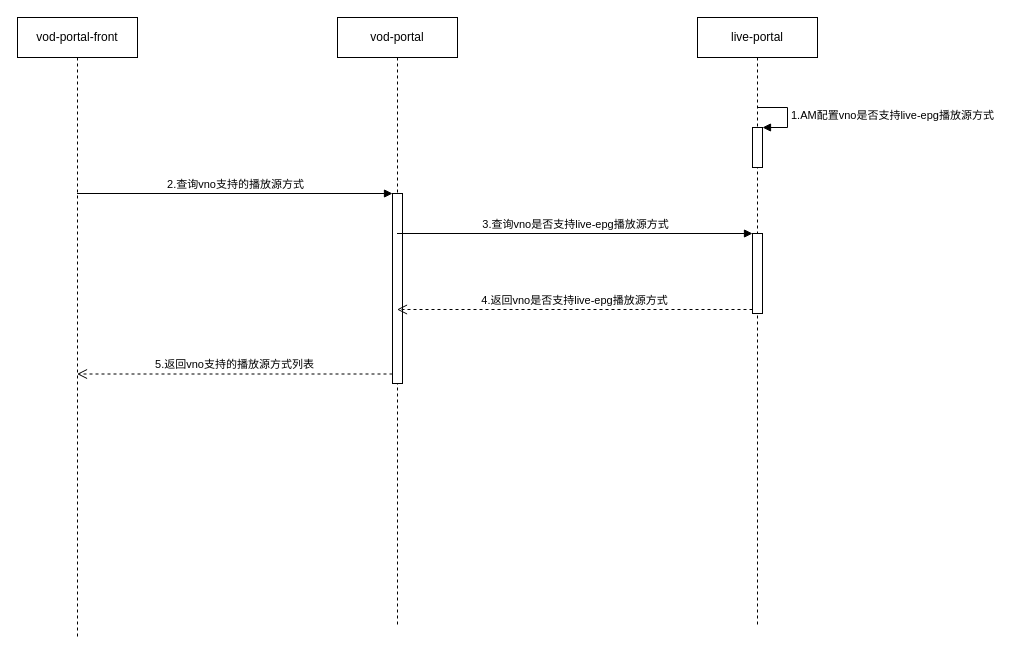
Earlier version of the draw.io diagram page "1.播放源方式配置及查询" (1 of 3) of liveEPG转VOD.drawio (beixiaohai/goose). Source tidied: cells renumbered, new cells numbered last; positions are measured from the earlier drawing's top-left corner, leaving out a move shared by most shapes. Both pictures are drawn from the tidied source at 100%, with x=0, y=0 at pixel (17, 17).
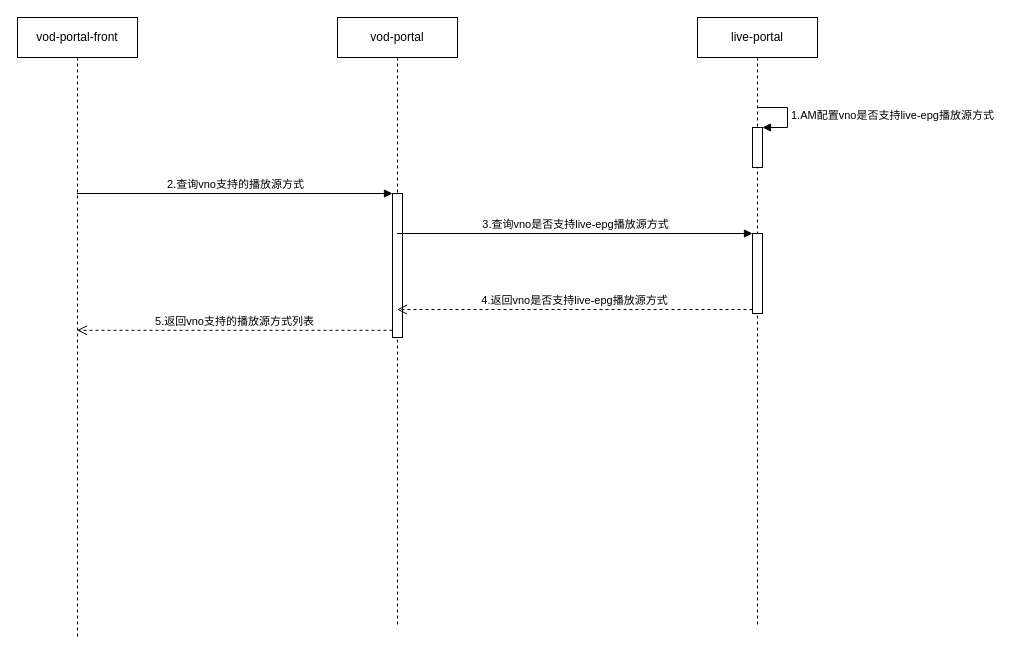
Above is the later version.

Diff of the diagram source:
```diff
@@
 <mxGraphModel>
   <root>
     <mxCell id="0" />
     <mxCell id="1" parent="0" />
     <mxCell id="2" value="vod-portal-front" style="shape=umlLifeline;perimeter=lifelinePerimeter;whiteSpace=wrap;html=1;outlineConnect=0;" parent="1" vertex="1">
       <mxGeometry width="120" height="620" as="geometry" />
     </mxCell>
     <mxCell id="3" value="vod-portal" style="shape=umlLifeline;perimeter=lifelinePerimeter;whiteSpace=wrap;html=1;" parent="1" vertex="1">
       <mxGeometry x="320" width="120" height="610" as="geometry" />
     </mxCell>
     <mxCell id="4" style="html=1;points=[];perimeter=orthogonalPerimeter;" parent="3" vertex="1">
-      <mxGeometry x="55" y="176" width="10" height="190" as="geometry" />
+      <mxGeometry x="55" y="176" width="10" height="144" as="geometry" />
     </mxCell>
     <mxCell id="5" value="live-portal" style="shape=umlLifeline;perimeter=lifelinePerimeter;whiteSpace=wrap;html=1;" parent="1" vertex="1">
       <mxGeometry x="680" width="120" height="610" as="geometry" />
     </mxCell>
     <mxCell id="6" style="html=1;points=[];perimeter=orthogonalPerimeter;" parent="5" vertex="1">
       <mxGeometry x="55" y="216" width="10" height="80" as="geometry" />
     </mxCell>
     <mxCell id="7" style="html=1;points=[];perimeter=orthogonalPerimeter;" parent="5" vertex="1">
       <mxGeometry x="55" y="110" width="10" height="40" as="geometry" />
     </mxCell>
     <mxCell id="8" value="1.AM配置vno是否支持live-epg播放源方式" style="edgeStyle=orthogonalEdgeStyle;html=1;align=left;spacingLeft=2;endArrow=block;rounded=0;entryX=1;entryY=0;" parent="5" edge="1" target="7">
       <mxGeometry relative="1" as="geometry">
         <mxPoint x="60" y="90" as="sourcePoint" />
         <Array as="points">
           <mxPoint x="90" y="90" />
         </Array>
       </mxGeometry>
     </mxCell>
     <mxCell id="9" value="2.查询vno支持的播放源方式" style="html=1;verticalAlign=bottom;endArrow=block;entryX=0;entryY=0;rounded=0;" parent="1" edge="1" target="4">
       <mxGeometry relative="1" as="geometry">
         <mxPoint x="59.5" y="176" as="sourcePoint" />
       </mxGeometry>
     </mxCell>
-    <mxCell id="10" value="5.返回vno支持的播放源方式列表" style="html=1;verticalAlign=bottom;endArrow=open;dashed=1;endSize=8;exitX=0;exitY=0.95;rounded=0;" parent="1" edge="1" source="4">
-      <mxGeometry relative="1" as="geometry">
-        <mxPoint x="59.5" y="356.5" as="targetPoint" />
-      </mxGeometry>
+    <mxCell id="10" value="5.返回vno支持的播放源方式列表" style="html=1;verticalAlign=bottom;endArrow=open;dashed=1;endSize=8;exitX=0;exitY=0.95;rounded=0;" parent="1" edge="1" source="4" target="2">
+      <mxGeometry relative="1" as="geometry" />
     </mxCell>
     <mxCell id="11" value="3.查询vno是否支持live-epg播放源方式" style="html=1;verticalAlign=bottom;endArrow=block;entryX=0;entryY=0;rounded=0;" parent="1" edge="1" target="6">
       <mxGeometry relative="1" as="geometry">
         <mxPoint x="379.5" y="216" as="sourcePoint" />
       </mxGeometry>
     </mxCell>
     <mxCell id="12" value="4.返回vno是否支持live-epg播放源方式" style="html=1;verticalAlign=bottom;endArrow=open;dashed=1;endSize=8;exitX=0;exitY=0.95;rounded=0;" parent="1" edge="1" source="6">
       <mxGeometry relative="1" as="geometry">
         <mxPoint x="379.5" y="292" as="targetPoint" />
       </mxGeometry>
     </mxCell>
   </root>
 </mxGraphModel>
```
